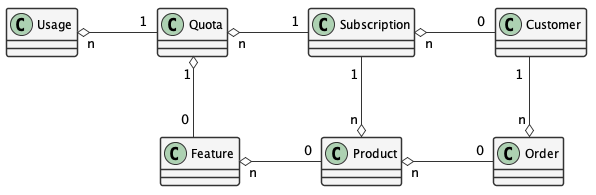
Above: images/overview.png in csjx/d1-membership-plan-mgmt (PlantUML), before the change.
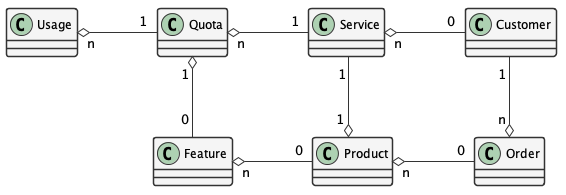
After the commit.

Change to the diagram source:
```diff
@@ -38,7 +38,7 @@
 }
 class Customer {
 }
-class Subscription {
+class Service {
 }
 class Order {
 }
@@ -50,9 +50,9 @@
 
 Customer "1" --o "n" Order : "          "
 Order "0" -right-o "n" Product : "          "
-Customer "0" -right-o "n" Subscription : "          "
-Subscription "1" -up-o "n" Product : "          "
-Subscription "1" -right-o "n" Quota : "          "
+Customer "0" -right-o "n" Service : "          "
+Service "1" -up-o "1" Product : "          "
+Service "1" -right-o "n" Quota : "          "
 Quota "1" -right-o "n" Usage : "          "
 Product "0" -right-o "n" Feature : "          "
 Feature "0" -down-o "1" Quota : "          "
```
